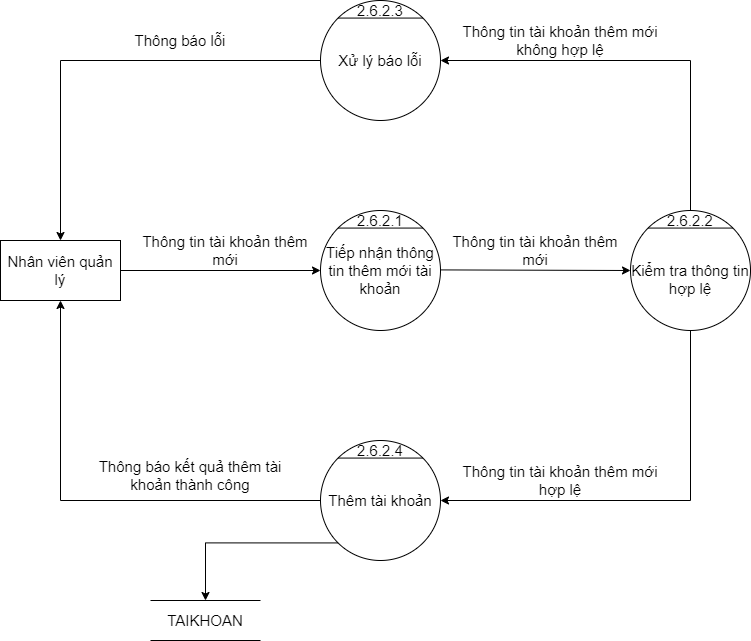
Before: BFD&DFD/BFD&DFD mức 0, 1, 2, 3/DFD_3_QLTK_Insert.png, a diagram exported from draw.io (hungtadasuke/CoffeShop_SoftwareTechnology). Source tidied: cells renumbered, new cells last; positions are measured from the earlier drawing's top-left corner, leaving out a move shared by most shapes.
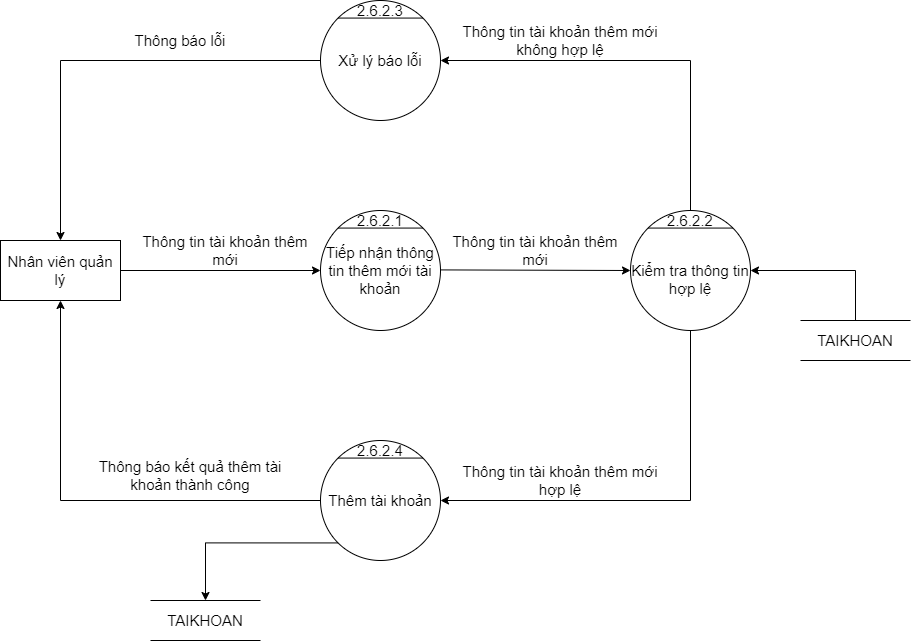
Later version of the same file.

Diff of the diagram source:
```diff
@@ -93,5 +93,15 @@
     <mxCell id="28" style="edgeStyle=segmentEdgeStyle;endArrow=classic;html=1;rounded=0;fontSize=15;entryX=0.5;entryY=0;entryDx=0;entryDy=0;exitX=0;exitY=1;exitDx=0;exitDy=0;" parent="1" edge="1" source="11" target="27">
       <mxGeometry relative="1" as="geometry" />
     </mxCell>
+    <mxCell id="29" value="&lt;font style=&quot;font-size: 15px&quot;&gt;TAIKHOAN&lt;/font&gt;" style="shape=partialRectangle;whiteSpace=wrap;html=1;left=0;right=0;fillColor=none;" parent="1" vertex="1">
+      <mxGeometry x="800" y="320" width="110" height="40" as="geometry" />
+    </mxCell>
+    <mxCell id="30" style="edgeStyle=segmentEdgeStyle;endArrow=classic;html=1;rounded=0;exitX=0.5;exitY=0;exitDx=0;exitDy=0;entryX=1;entryY=0.5;entryDx=0;entryDy=0;" parent="1" edge="1" source="29" target="8">
+      <mxGeometry relative="1" as="geometry">
+        <Array as="points">
+          <mxPoint x="855" y="270" />
+        </Array>
+      </mxGeometry>
+    </mxCell>
   </root>
 </mxGraphModel>
```
